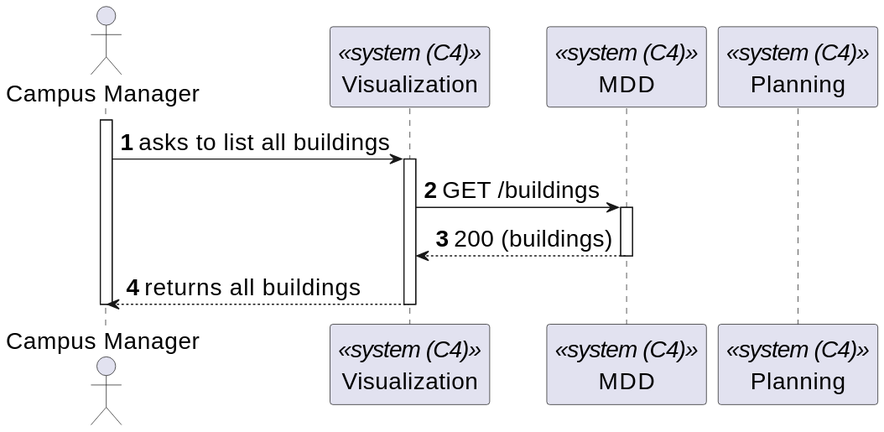
This is _wiki/sprint-b/us-1160/views/level-2/assets/process-view.svg from miseEnPlace-dev/lapr5, a PlantUML export, as it was before one commit. Source of this version:
```plantuml
@startuml
skinparamlocked defaultFontSize 20
autonumber

actor CM as "Campus Manager"
participant UI as "Visualization" <<system (C4)>>
participant MDD as "MDD" <<system (C4)>>
participant P as "Planning" <<system (C4)>>


activate CM

CM -> UI : asks to list all buildings
activate UI

UI -> MDD : GET /buildings
activate MDD
MDD --> UI : 200 (buildings)
deactivate MDD

CM <-- UI : returns all buildings
deactivate UI


deactivate CM
@enduml
```
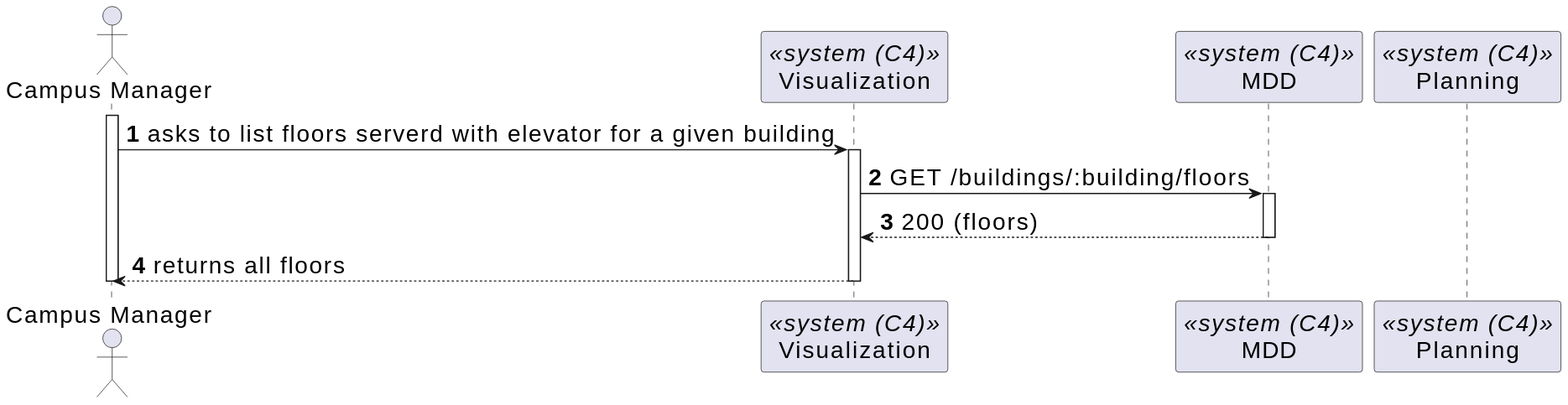
After the change.

The edit, as a diff of the source:
```diff
@@ -10,15 +10,15 @@
 
 activate CM
 
-CM -> UI : asks to list all buildings
+CM -> UI : asks to list floors serverd with elevator for a given building
 activate UI
 
-UI -> MDD : GET /buildings
+UI -> MDD : GET /buildings/:building/floors
 activate MDD
-MDD --> UI : 200 (buildings)
+MDD --> UI : 200 (floors)
 deactivate MDD
 
-CM <-- UI : returns all buildings
+CM <-- UI : returns all floors
 deactivate UI
 
 
```
